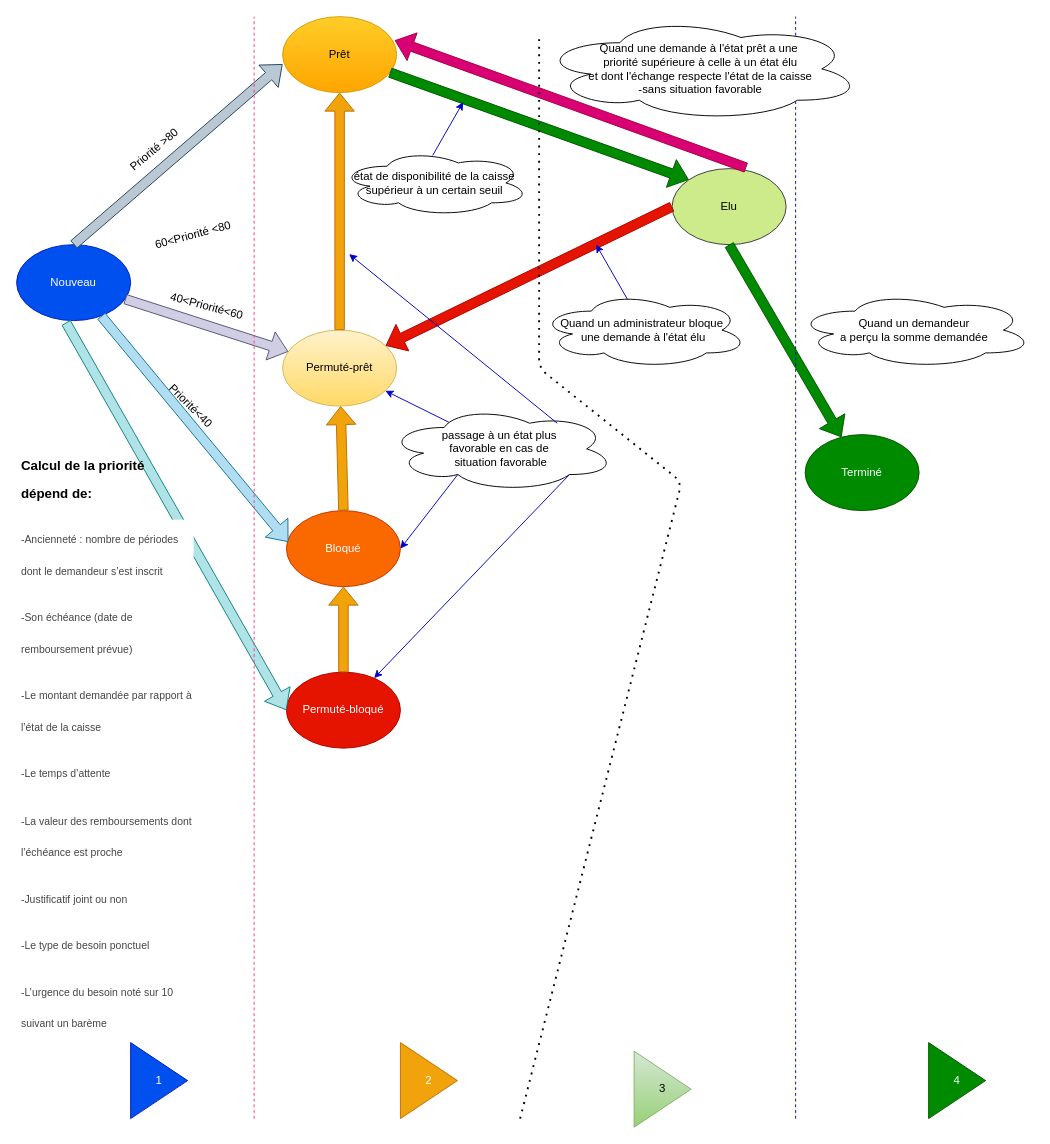
This is Untitled Diagram.drawio from ambou-97/Sutura, a draw.io file, before an edit. Source tidied: cells renumbered, new cells numbered last; positions are measured from the earlier drawing's top-left corner, leaving out a move shared by most shapes. Both pictures are drawn from the tidied source at 95%, with x=0, y=0 at pixel (16, 16).
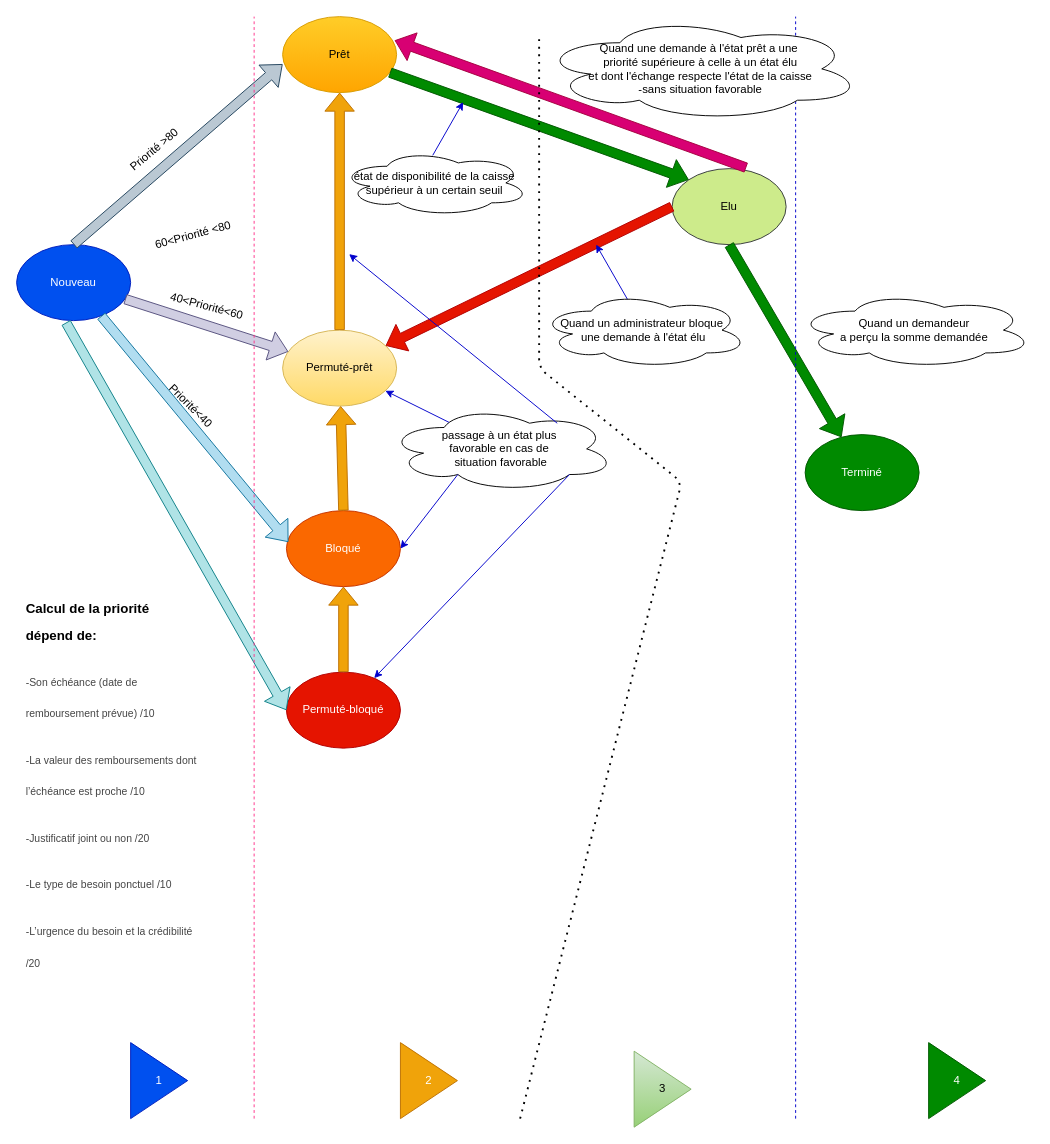
After the change.

Commit message:
gestion des demandes

Diff of the diagram source:
```diff
@@
-    <mxCell id="24" value="&lt;h1&gt;&lt;span&gt;&lt;font style=&quot;font-size: 14px&quot;&gt;Calcul de la priorité dépend de:&lt;/font&gt;&lt;/span&gt;&lt;/h1&gt;&lt;h1&gt;&lt;span style=&quot;font-weight: normal&quot; id=&quot;docs-internal-guid-5ad885e3-7fff-9ee6-34b0-edc623828f37&quot;&gt;&lt;p dir=&quot;ltr&quot; style=&quot;line-height: 1.38 ; background-color: #ffffff ; margin-top: 6pt ; margin-bottom: 0pt ; padding: 0pt 0pt 12pt 0pt&quot;&gt;&lt;span style=&quot;font-family: &amp;#34;arial&amp;#34; ; color: rgb(69 , 69 , 69) ; background-color: transparent ; vertical-align: baseline&quot;&gt;&lt;font style=&quot;font-size: 11px&quot;&gt;-Ancienneté : nombre de périodes dont le demandeur s’est inscrit&lt;/font&gt;&lt;/span&gt;&lt;/p&gt;&lt;p dir=&quot;ltr&quot; style=&quot;line-height: 1.38 ; background-color: #ffffff ; margin-top: 0pt ; margin-bottom: 0pt ; padding: 0 0pt 12pt 0pt&quot;&gt;&lt;span style=&quot;font-family: &amp;#34;arial&amp;#34; ; color: rgb(69 , 69 , 69) ; background-color: transparent ; vertical-align: baseline&quot;&gt;&lt;font style=&quot;font-size: 11px&quot;&gt;-Son échéance (date de remboursement prévue)&lt;/font&gt;&lt;/span&gt;&lt;/p&gt;&lt;p dir=&quot;ltr&quot; style=&quot;line-height: 1.38 ; background-color: #ffffff ; margin-top: 0pt ; margin-bottom: 0pt ; padding: 0 0pt 12pt 0pt&quot;&gt;&lt;span style=&quot;font-family: &amp;#34;arial&amp;#34; ; color: rgb(69 , 69 , 69) ; background-color: transparent ; vertical-align: baseline&quot;&gt;&lt;font style=&quot;font-size: 11px&quot;&gt;-Le montant demandée par rapport à l’état de la caisse&lt;/font&gt;&lt;/span&gt;&lt;/p&gt;&lt;p dir=&quot;ltr&quot; style=&quot;line-height: 1.38 ; background-color: #ffffff ; margin-top: 0pt ; margin-bottom: 0pt ; padding: 0 0pt 12pt 0pt&quot;&gt;&lt;span style=&quot;font-family: &amp;#34;arial&amp;#34; ; color: rgb(69 , 69 , 69) ; background-color: transparent ; vertical-align: baseline&quot;&gt;&lt;font style=&quot;font-size: 11px&quot;&gt;-Le temps d’attente&lt;/font&gt;&lt;/span&gt;&lt;/p&gt;&lt;p dir=&quot;ltr&quot; style=&quot;line-height: 1.38 ; background-color: #ffffff ; margin-top: 0pt ; margin-bottom: 0pt ; padding: 0 0pt 12pt 0pt&quot;&gt;&lt;span style=&quot;font-family: &amp;#34;arial&amp;#34; ; color: rgb(69 , 69 , 69) ; background-color: transparent ; vertical-align: baseline&quot;&gt;&lt;font style=&quot;font-size: 11px&quot;&gt;-La valeur des remboursements dont l’échéance est proche&lt;/font&gt;&lt;/span&gt;&lt;/p&gt;&lt;p dir=&quot;ltr&quot; style=&quot;line-height: 1.38 ; background-color: #ffffff ; margin-top: 0pt ; margin-bottom: 0pt ; padding: 0 0pt 12pt 0pt&quot;&gt;&lt;span style=&quot;font-family: &amp;#34;arial&amp;#34; ; color: rgb(69 , 69 , 69) ; background-color: transparent ; vertical-align: baseline&quot;&gt;&lt;font style=&quot;font-size: 11px&quot;&gt;-Justificatif joint ou non&lt;/font&gt;&lt;/span&gt;&lt;/p&gt;&lt;p dir=&quot;ltr&quot; style=&quot;line-height: 1.38 ; background-color: #ffffff ; margin-top: 0pt ; margin-bottom: 0pt ; padding: 0 0pt 12pt 0pt&quot;&gt;&lt;span style=&quot;font-family: &amp;#34;arial&amp;#34; ; color: rgb(69 , 69 , 69) ; background-color: transparent ; vertical-align: baseline&quot;&gt;&lt;font style=&quot;font-size: 11px&quot;&gt;-Le type de besoin ponctuel&lt;/font&gt;&lt;/span&gt;&lt;/p&gt;&lt;p dir=&quot;ltr&quot; style=&quot;line-height: 1.38 ; background-color: #ffffff ; margin-top: 0pt ; margin-bottom: 12pt ; padding: 0 0pt 0pt 0pt&quot;&gt;&lt;span style=&quot;font-family: &amp;#34;arial&amp;#34; ; color: rgb(69 , 69 , 69) ; background-color: transparent ; vertical-align: baseline&quot;&gt;&lt;font style=&quot;font-size: 11px&quot;&gt;-L’urgence du besoin noté sur 10 suivant un barème&lt;/font&gt;&lt;/span&gt;&lt;/p&gt;&lt;div&gt;&lt;span style=&quot;font-size: 17pt ; font-family: &amp;#34;arial&amp;#34; ; color: rgb(69 , 69 , 69) ; background-color: transparent ; vertical-align: baseline&quot;&gt;&lt;br&gt;&lt;/span&gt;&lt;/div&gt;&lt;/span&gt;&lt;/h1&gt;" style="text;html=1;strokeColor=none;fillColor=none;spacing=5;spacingTop=-20;whiteSpace=wrap;overflow=hidden;rounded=0;" parent="1" vertex="1">
-      <mxGeometry y="450" width="190" height="620" as="geometry" />
+    <mxCell id="24" value="&lt;h1&gt;&lt;span&gt;&lt;font style=&quot;font-size: 14px&quot;&gt;Calcul de la priorité dépend de:&lt;/font&gt;&lt;/span&gt;&lt;/h1&gt;&lt;h1&gt;&lt;span style=&quot;font-weight: normal&quot; id=&quot;docs-internal-guid-5ad885e3-7fff-9ee6-34b0-edc623828f37&quot;&gt;&lt;p dir=&quot;ltr&quot; style=&quot;line-height: 1.38 ; background-color: #ffffff ; margin-top: 6pt ; margin-bottom: 0pt ; padding: 0pt 0pt 12pt 0pt&quot;&gt;&lt;span style=&quot;font-size: 11px ; background-color: transparent ; color: rgb(69 , 69 , 69) ; font-family: &amp;#34;arial&amp;#34;&quot;&gt;-Son échéance (date de remboursement prévue) /10&lt;/span&gt;&lt;/p&gt;&lt;p dir=&quot;ltr&quot; style=&quot;line-height: 1.38 ; background-color: #ffffff ; margin-top: 0pt ; margin-bottom: 0pt ; padding: 0 0pt 12pt 0pt&quot;&gt;&lt;span style=&quot;font-size: 11px ; background-color: transparent ; color: rgb(69 , 69 , 69) ; font-family: &amp;#34;arial&amp;#34;&quot;&gt;-La valeur des remboursements dont l’échéance est proche /10&lt;/span&gt;&lt;/p&gt;&lt;p dir=&quot;ltr&quot; style=&quot;line-height: 1.38 ; background-color: #ffffff ; margin-top: 0pt ; margin-bottom: 0pt ; padding: 0 0pt 12pt 0pt&quot;&gt;&lt;span style=&quot;font-family: &amp;#34;arial&amp;#34; ; color: rgb(69 , 69 , 69) ; background-color: transparent ; vertical-align: baseline&quot;&gt;&lt;font style=&quot;font-size: 11px&quot;&gt;-Justificatif joint ou non /20&lt;/font&gt;&lt;/span&gt;&lt;/p&gt;&lt;p dir=&quot;ltr&quot; style=&quot;line-height: 1.38 ; background-color: #ffffff ; margin-top: 0pt ; margin-bottom: 0pt ; padding: 0 0pt 12pt 0pt&quot;&gt;&lt;span style=&quot;font-family: &amp;#34;arial&amp;#34; ; color: rgb(69 , 69 , 69) ; background-color: transparent ; vertical-align: baseline&quot;&gt;&lt;font style=&quot;font-size: 11px&quot;&gt;-Le type de besoin ponctuel /10&lt;/font&gt;&lt;/span&gt;&lt;/p&gt;&lt;p dir=&quot;ltr&quot; style=&quot;line-height: 1.38 ; background-color: #ffffff ; margin-top: 0pt ; margin-bottom: 12pt ; padding: 0 0pt 0pt 0pt&quot;&gt;&lt;span style=&quot;font-family: &amp;#34;arial&amp;#34; ; color: rgb(69 , 69 , 69) ; background-color: transparent ; vertical-align: baseline&quot;&gt;&lt;font style=&quot;font-size: 11px&quot;&gt;-L’urgence du besoin et la crédibilité /20&lt;/font&gt;&lt;/span&gt;&lt;/p&gt;&lt;div&gt;&lt;span style=&quot;font-size: 17pt ; font-family: &amp;#34;arial&amp;#34; ; color: rgb(69 , 69 , 69) ; background-color: transparent ; vertical-align: baseline&quot;&gt;&lt;br&gt;&lt;/span&gt;&lt;/div&gt;&lt;/span&gt;&lt;/h1&gt;" style="text;html=1;strokeColor=none;fillColor=none;spacing=5;spacingTop=-20;whiteSpace=wrap;overflow=hidden;rounded=0;" parent="1" vertex="1">
+      <mxGeometry x="5.3" y="600" width="190" height="430" as="geometry" />
     </mxCell>
```
